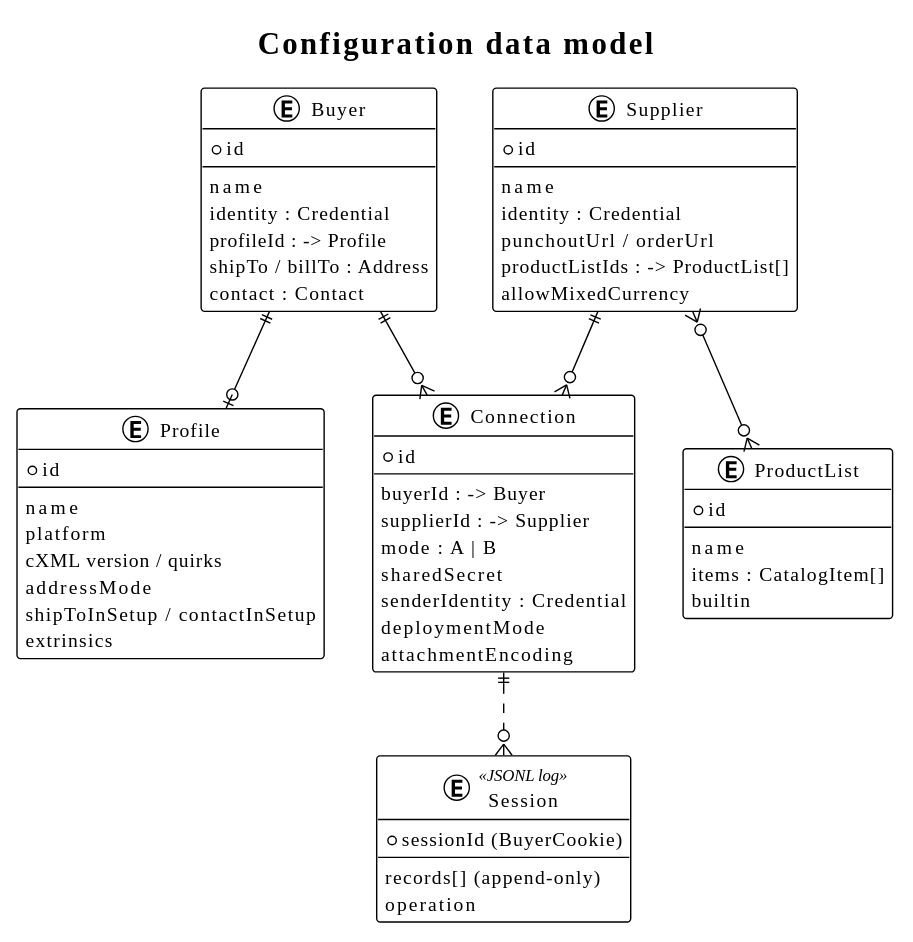
Before: docs/diagrams/data-model.svg, a diagram exported from PlantUML (slawomir-szostak/punchout-simulator). Its diagram source:
```plantuml
@startuml
!theme plain
title Configuration data model

entity Buyer {
  * id
  --
  name
  identity : Credential
  profileId : -> Profile
  shipTo / billTo : Address
  contact : Contact
}

entity Supplier {
  * id
  --
  name
  identity : Credential
  punchoutUrl / orderUrl
  productListIds : -> ProductList[]
  allowMixedCurrency
}

entity Connection {
  * id
  --
  buyerId : -> Buyer
  supplierId : -> Supplier
  mode : A | B
  sharedSecret
  senderIdentity : Credential
  deploymentMode
  attachmentEncoding
}

entity Profile {
  * id
  --
  name
  platform
  cXML version / quirks
  addressMode
  shipToInSetup / contactInSetup
  extrinsics
}

entity ProductList {
  * id
  --
  name
  items : CatalogItem[]
  builtin
}

entity Session <<JSONL log>> {
  * sessionId (BuyerCookie)
  --
  records[] (append-only)
  operation
}

Buyer ||--o| Profile
Buyer ||--o{ Connection
Supplier ||--o{ Connection
Supplier }o--o{ ProductList
Connection ||..o{ Session
@enduml
```
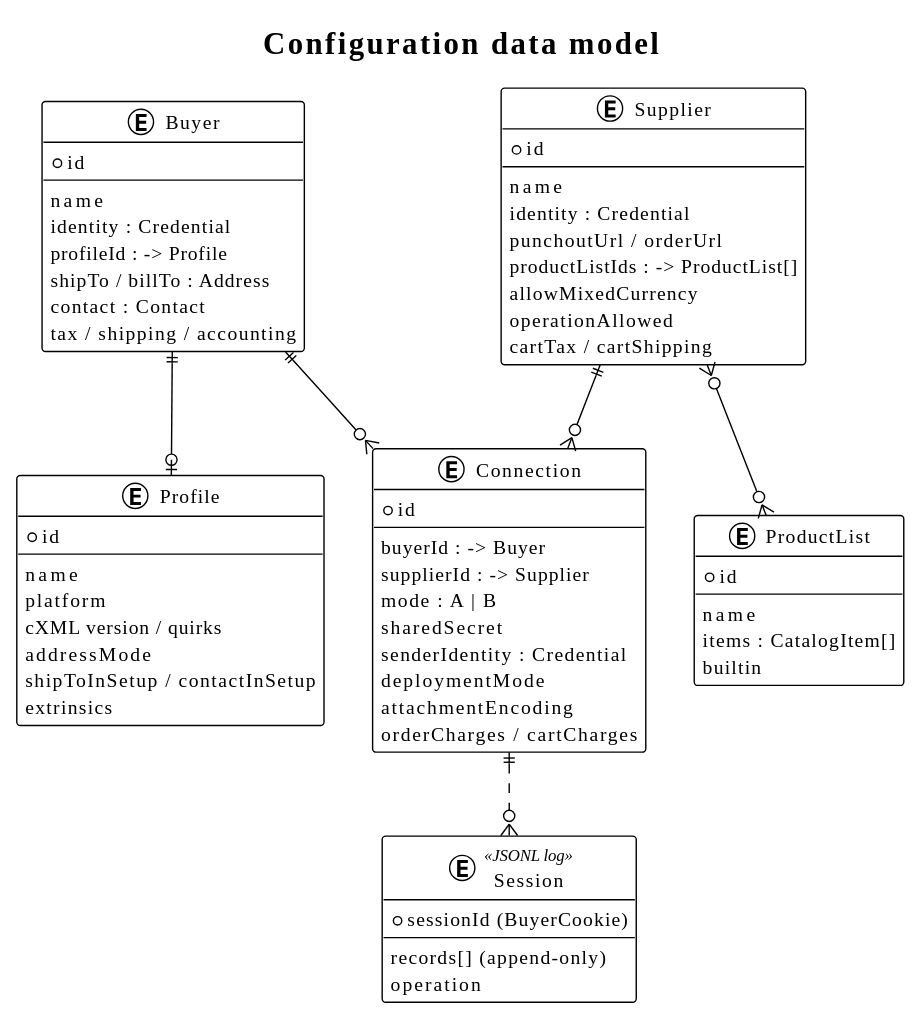
Above is the later version.

What changed in the source:
```diff
@@ -10,6 +10,7 @@
   profileId : -> Profile
   shipTo / billTo : Address
   contact : Contact
+  tax / shipping / accounting
 }
 
 entity Supplier {
@@ -20,6 +21,8 @@
   punchoutUrl / orderUrl
   productListIds : -> ProductList[]
   allowMixedCurrency
+  operationAllowed
+  cartTax / cartShipping
 }
 
 entity Connection {
@@ -32,6 +35,7 @@
   senderIdentity : Credential
   deploymentMode
   attachmentEncoding
+  orderCharges / cartCharges
 }
 
 entity Profile {
```
